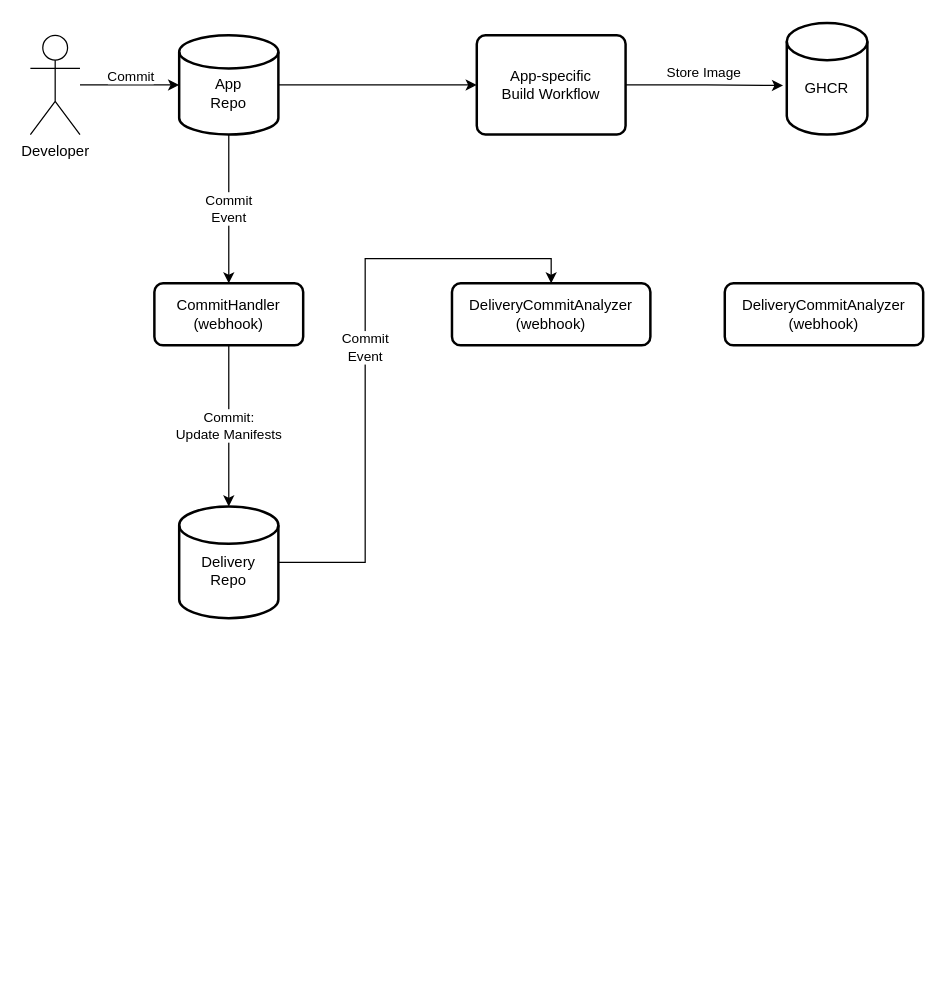
This is page "On Change" (2 of 2) of Untitled Diagram.drawio from arikkfir/devbot, a draw.io file, before an edit. Source tidied: cells renumbered, new cells numbered last; positions are measured from the earlier drawing's top-left corner, leaving out a move shared by most shapes. Both pictures are drawn from the tidied source at 124%, with x=0, y=0 at pixel (30, 22).
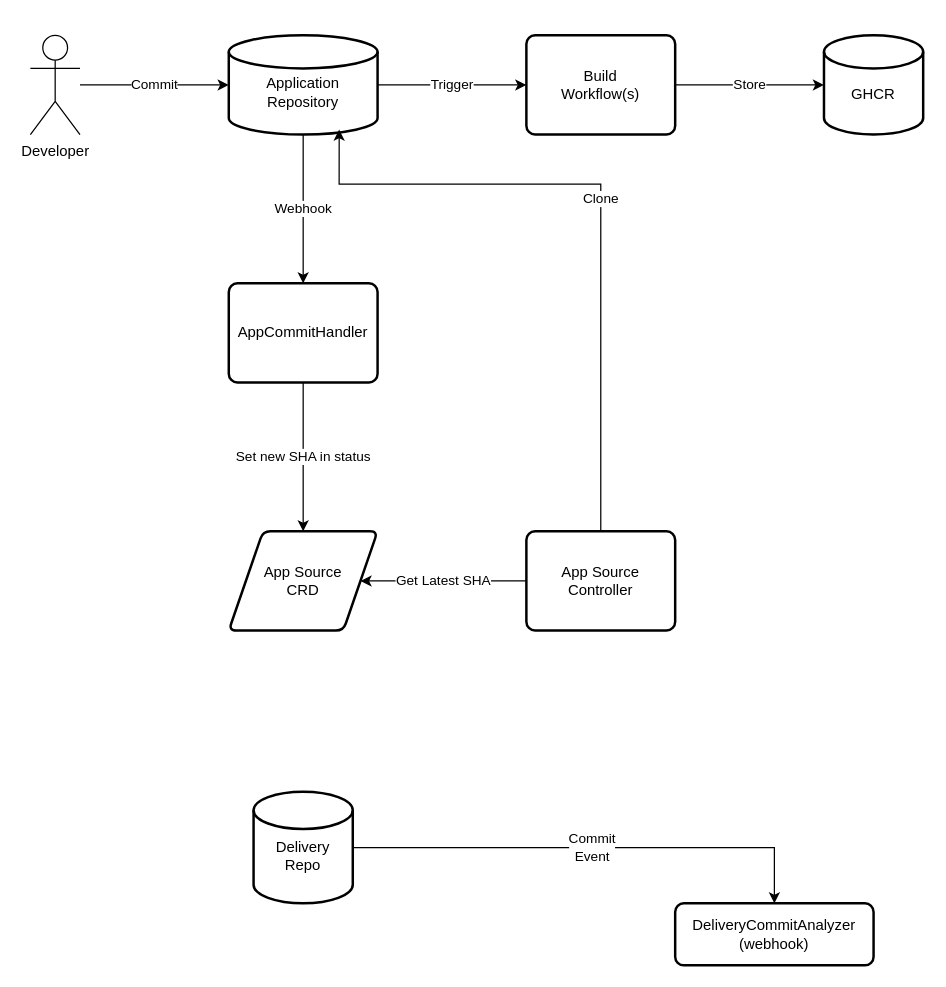
After the change.

The change refers to these unchanged cells:
```xml
<mxCell id="9" value="Developer" style="shape=umlActor;verticalLabelPosition=bottom;verticalAlign=top;html=1;outlineConnect=0;" parent="1" vertex="1">
  <mxGeometry y="10" width="40" height="80" as="geometry" />
</mxCell>
```

Diff of the diagram source:
```diff
@@
-    <mxCell id="2" value="App-specific&lt;br&gt;Build Workflow" style="rounded=1;whiteSpace=wrap;html=1;absoluteArcSize=1;arcSize=14;strokeWidth=2;" parent="1" vertex="1">
-      <mxGeometry x="360" y="10" width="120" height="80" as="geometry" />
+    <mxCell id="2" value="Build&lt;br&gt;Workflow(s)" style="rounded=1;whiteSpace=wrap;html=1;absoluteArcSize=1;arcSize=14;strokeWidth=2;" parent="1" vertex="1">
+      <mxGeometry x="400" y="10" width="120" height="80" as="geometry" />
     </mxCell>
+    <mxCell id="18" value="Set new SHA in status" style="edgeStyle=orthogonalEdgeStyle;rounded=0;jettySize=auto;html=1;entryX=0.5;entryY=0;entryDx=0;entryDy=0;" parent="1" edge="1" source="3" target="19">
+      <mxGeometry relative="1" as="geometry" />
+    </mxCell>
-    <mxCell id="3" value="CommitHandler&lt;br&gt;(webhook)" style="rounded=1;whiteSpace=wrap;html=1;absoluteArcSize=1;arcSize=14;strokeWidth=2;" parent="1" vertex="1">
-      <mxGeometry x="100" y="210" width="120" height="50" as="geometry" />
+    <mxCell id="3" value="AppCommitHandler" style="rounded=1;whiteSpace=wrap;html=1;absoluteArcSize=1;arcSize=14;strokeWidth=2;" parent="1" vertex="1">
+      <mxGeometry x="160" y="210" width="120" height="80" as="geometry" />
     </mxCell>
-    <mxCell id="4" value="Commit&lt;br&gt;Event" style="edgeStyle=orthogonalEdgeStyle;rounded=0;jettySize=auto;html=1;entryX=0.5;entryY=0;entryDx=0;entryDy=0;" parent="1" edge="1" source="6" target="3">
+    <mxCell id="4" value="Webhook" style="edgeStyle=orthogonalEdgeStyle;rounded=0;jettySize=auto;html=1;entryX=0.5;entryY=0;entryDx=0;entryDy=0;" parent="1" edge="1" source="6" target="3">
       <mxGeometry relative="1" as="geometry" />
     </mxCell>
-    <mxCell id="5" style="edgeStyle=orthogonalEdgeStyle;rounded=0;jettySize=auto;html=1;entryX=0;entryY=0.5;entryDx=0;entryDy=0;" parent="1" edge="1" source="6" target="2">
+    <mxCell id="5" value="Trigger" style="edgeStyle=orthogonalEdgeStyle;rounded=0;jettySize=auto;html=1;entryX=0;entryY=0.5;entryDx=0;entryDy=0;" parent="1" edge="1" source="6" target="2">
       <mxGeometry relative="1" as="geometry" />
     </mxCell>
-    <mxCell id="6" value="&lt;br&gt;App&lt;br&gt;Repo" style="strokeWidth=2;html=1;shape=mxgraph.flowchart.database;whiteSpace=wrap;" parent="1" vertex="1">
-      <mxGeometry x="120" y="10" width="80" height="80" as="geometry" />
+    <mxCell id="6" value="Application&lt;br&gt;Repository" style="strokeWidth=2;html=1;shape=mxgraph.flowchart.database;whiteSpace=wrap;spacingTop=12;" parent="1" vertex="1">
+      <mxGeometry x="160" y="10" width="120" height="80" as="geometry" />
     </mxCell>
@@
     <mxCell id="8" value="&lt;br&gt;Delivery&lt;br&gt;Repo" style="strokeWidth=2;html=1;shape=mxgraph.flowchart.database;whiteSpace=wrap;" parent="1" vertex="1">
-      <mxGeometry x="120" y="390" width="80" height="90" as="geometry" />
+      <mxGeometry x="180" y="620" width="80" height="90" as="geometry" />
     </mxCell>
@@
-    <mxCell id="10" style="edgeStyle=orthogonalEdgeStyle;rounded=0;jettySize=auto;html=1;entryX=0;entryY=0.5;entryDx=0;entryDy=0;entryPerimeter=0;" parent="1" edge="1" source="9" target="6">
-      <mxGeometry relative="1" as="geometry" />
-    </mxCell>
+    <mxCell id="12" value="&lt;br&gt;GHCR" style="strokeWidth=2;html=1;shape=mxgraph.flowchart.database;whiteSpace=wrap;" parent="1" vertex="1">
+      <mxGeometry x="640" y="10" width="80" height="80" as="geometry" />
+    </mxCell>
+    <mxCell id="16" value="DeliveryCommitAnalyzer&lt;br&gt;(webhook)" style="rounded=1;whiteSpace=wrap;html=1;absoluteArcSize=1;arcSize=14;strokeWidth=2;direction=west;" parent="1" vertex="1">
+      <mxGeometry x="520" y="710" width="160" height="50" as="geometry" />
+    </mxCell>
-    <mxCell id="11" value="Commit" style="edgeLabel;html=1;align=center;verticalAlign=middle;" parent="10" vertex="1">
-      <mxGeometry x="0.06" y="-2" relative="1" as="geometry">
-        <mxPoint x="-2" y="-10" as="offset" />
-      </mxGeometry>
+    <mxCell id="11" value="Commit" style="edgeStyle=orthogonalEdgeStyle;rounded=0;jettySize=auto;html=1;entryX=0;entryY=0.5;entryDx=0;entryDy=0;entryPerimeter=0;" parent="1" edge="1" source="9" target="6">
+      <mxGeometry relative="1" as="geometry" />
     </mxCell>
-    <mxCell id="12" value="&lt;br&gt;GHCR" style="strokeWidth=2;html=1;shape=mxgraph.flowchart.database;whiteSpace=wrap;" parent="1" vertex="1">
-      <mxGeometry x="610" width="65" height="90" as="geometry" />
-    </mxCell>
-    <mxCell id="13" style="edgeStyle=orthogonalEdgeStyle;rounded=0;jettySize=auto;html=1;entryX=-0.046;entryY=0.561;entryDx=0;entryDy=0;entryPerimeter=0;" parent="1" edge="1" source="2" target="12">
+    <mxCell id="13" value="Store" style="edgeStyle=orthogonalEdgeStyle;rounded=0;jettySize=auto;html=1;entryX=0;entryY=0.5;entryDx=0;entryDy=0;entryPerimeter=0;" parent="1" edge="1" source="2" target="12">
       <mxGeometry relative="1" as="geometry" />
     </mxCell>
-    <mxCell id="14" value="Store Image" style="edgeLabel;html=1;align=center;verticalAlign=middle;" parent="13" vertex="1">
-      <mxGeometry x="0.18" y="1" relative="1" as="geometry">
-        <mxPoint x="-12" y="-10" as="offset" />
-      </mxGeometry>
-    </mxCell>
-    <mxCell id="15" value="Commit:&lt;br&gt;Update Manifests" style="edgeStyle=orthogonalEdgeStyle;rounded=0;jettySize=auto;html=1;entryX=0.5;entryY=0;entryDx=0;entryDy=0;entryPerimeter=0;" parent="1" edge="1" source="3" target="8">
-      <mxGeometry relative="1" as="geometry" />
-    </mxCell>
-    <mxCell id="16" value="DeliveryCommitAnalyzer&lt;br&gt;(webhook)" style="rounded=1;whiteSpace=wrap;html=1;absoluteArcSize=1;arcSize=14;strokeWidth=2;direction=west;" parent="1" vertex="1">
-      <mxGeometry x="340" y="210" width="160" height="50" as="geometry" />
-    </mxCell>
-    <mxCell id="17" value="DeliveryCommitAnalyzer&lt;br&gt;(webhook)" style="rounded=1;whiteSpace=wrap;html=1;absoluteArcSize=1;arcSize=14;strokeWidth=2;" parent="1" vertex="1">
-      <mxGeometry x="560" y="210" width="160" height="50" as="geometry" />
-    </mxCell>
+    <mxCell id="19" value="App Source&lt;br&gt;CRD" style="shape=parallelogram;html=1;strokeWidth=2;perimeter=parallelogramPerimeter;whiteSpace=wrap;rounded=1;arcSize=12;size=0.23;" parent="1" vertex="1">
+      <mxGeometry x="160" y="410" width="120" height="80" as="geometry" />
+    </mxCell>
+    <mxCell id="20" value="Get Latest SHA" style="edgeStyle=orthogonalEdgeStyle;rounded=0;jettySize=auto;html=1;entryX=1;entryY=0.5;entryDx=0;entryDy=0;" parent="1" edge="1" source="21" target="19">
+      <mxGeometry relative="1" as="geometry" />
+    </mxCell>
+    <mxCell id="21" value="App Source&lt;br&gt;Controller" style="rounded=1;whiteSpace=wrap;html=1;absoluteArcSize=1;arcSize=14;strokeWidth=2;" parent="1" vertex="1">
+      <mxGeometry x="400" y="410" width="120" height="80" as="geometry" />
+    </mxCell>
+    <mxCell id="22" value="Clone" style="edgeStyle=orthogonalEdgeStyle;rounded=0;jettySize=auto;html=1;entryX=0.742;entryY=0.95;entryDx=0;entryDy=0;entryPerimeter=0;exitX=0.5;exitY=0;exitDx=0;exitDy=0;" parent="1" edge="1" source="21" target="6">
+      <mxGeometry relative="1" as="geometry">
+        <Array as="points">
+          <mxPoint x="460" y="130" />
+          <mxPoint x="249" y="130" />
+        </Array>
+      </mxGeometry>
+    </mxCell>
```
